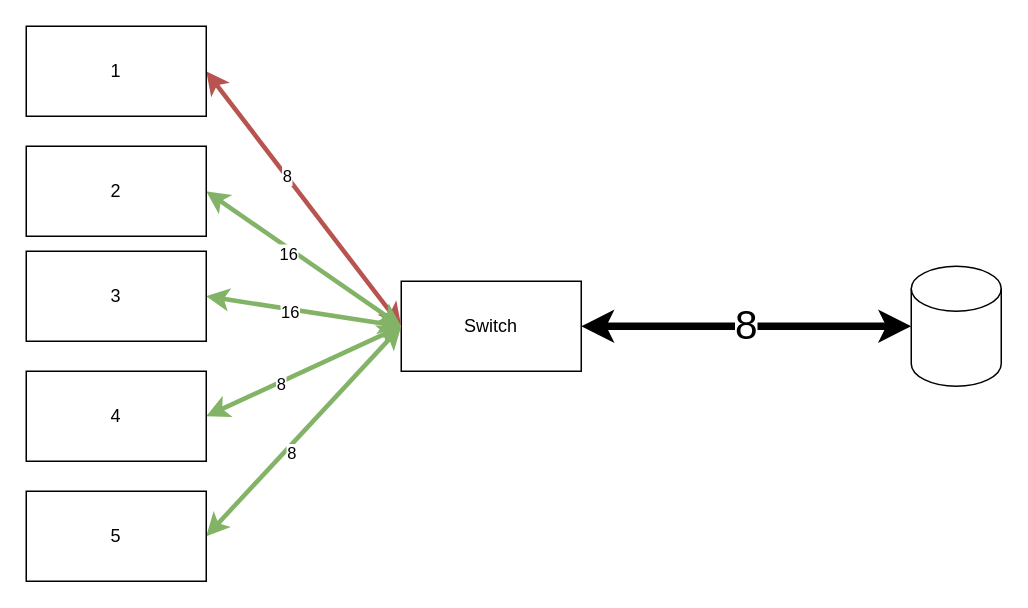
Earlier version of the draw.io diagram Untitled Diagram.drawio (elonden/Drawings). Source tidied: cells renumbered, new cells numbered last; positions are measured from the earlier drawing's top-left corner, leaving out a move shared by most shapes. Both pictures are drawn from the tidied source at 150%, with x=0, y=0 at pixel (26, 26).
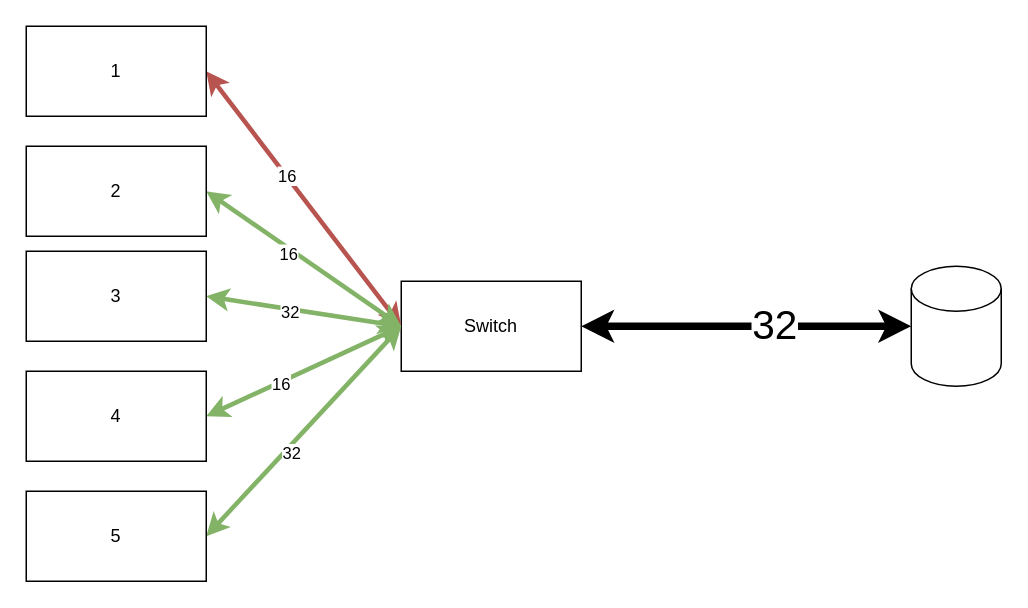
The same diagram, later.

Unchanged cells that the change refers to:
```xml
<mxCell id="3" value="Switch" style="rounded=0;whiteSpace=wrap;html=1;" parent="1" vertex="1">
  <mxGeometry x="250" y="170" width="120" height="60" as="geometry" />
</mxCell>
<mxCell id="4" style="edgeStyle=none;rounded=0;jettySize=auto;html=1;exitX=1;exitY=0.5;exitDx=0;exitDy=0;startArrow=classic;startFill=1;fillColor=#d5e8d4;strokeColor=#82b366;strokeWidth=3;" parent="1" edge="1" source="6">
  <mxGeometry relative="1" as="geometry">
    <mxPoint x="250" y="200" as="targetPoint" />
  </mxGeometry>
</mxCell>
<mxCell id="7" style="edgeStyle=none;rounded=0;jettySize=auto;html=1;exitX=1;exitY=0.5;exitDx=0;exitDy=0;startArrow=classic;startFill=1;fillColor=#f8cecc;strokeColor=#b85450;strokeWidth=3;" parent="1" edge="1" source="9">
  <mxGeometry relative="1" as="geometry">
    <mxPoint x="250" y="200" as="targetPoint" />
  </mxGeometry>
</mxCell>
<mxCell id="10" style="shape=cylinder3;whiteSpace=wrap;html=1;boundedLbl=1;backgroundOutline=1;size=15;" parent="1" vertex="1">
  <mxGeometry x="590" y="160" width="60" height="80" as="geometry" />
</mxCell>
<mxCell id="14" style="edgeStyle=none;rounded=0;jettySize=auto;html=1;exitX=1;exitY=0.5;exitDx=0;exitDy=0;startArrow=classic;startFill=1;fillColor=#d5e8d4;strokeColor=#82b366;strokeWidth=3;" parent="1" edge="1" source="16">
  <mxGeometry relative="1" as="geometry">
    <mxPoint x="250" y="200" as="targetPoint" />
  </mxGeometry>
</mxCell>
<mxCell id="17" style="edgeStyle=none;rounded=0;jettySize=auto;html=1;exitX=1;exitY=0.5;exitDx=0;exitDy=0;startArrow=classic;startFill=1;fillColor=#d5e8d4;strokeColor=#82b366;strokeWidth=3;" parent="1" edge="1" source="19">
  <mxGeometry relative="1" as="geometry">
    <mxPoint x="250" y="200" as="targetPoint" />
  </mxGeometry>
</mxCell>
```

What changed in the source:
```diff
@@
-    <mxCell id="2" value="8" style="edgeStyle=none;rounded=0;jettySize=auto;html=1;exitX=1;exitY=0.5;exitDx=0;exitDy=0;entryX=0;entryY=0.5;entryDx=0;entryDy=0;entryPerimeter=0;startArrow=classic;startFill=1;strokeWidth=5;spacing=3;fontSize=27;" parent="1" edge="1" source="3" target="10">
-      <mxGeometry relative="1" as="geometry">
-        <Array as="points">
-          <mxPoint x="480" y="200" />
-        </Array>
-      </mxGeometry>
-    </mxCell>
@@
-    <mxCell id="5" value="8" style="edgeLabel;html=1;align=center;verticalAlign=middle;" parent="4" vertex="1">
+    <mxCell id="5" value="32" style="edgeLabel;html=1;align=center;verticalAlign=middle;" parent="4" vertex="1">
       <mxGeometry x="-0.18" y="-4" relative="1" as="geometry">
         <mxPoint y="-1" as="offset" />
       </mxGeometry>
     </mxCell>
@@
-    <mxCell id="8" value="8" style="edgeLabel;html=1;align=center;verticalAlign=middle;" parent="7" vertex="1">
+    <mxCell id="8" value="16" style="edgeLabel;html=1;align=center;verticalAlign=middle;" parent="7" vertex="1">
       <mxGeometry x="-0.19" y="-1" relative="1" as="geometry">
         <mxPoint x="1" as="offset" />
       </mxGeometry>
     </mxCell>
@@
-    <mxCell id="15" value="16" style="edgeLabel;html=1;align=center;verticalAlign=middle;" parent="14" vertex="1">
+    <mxCell id="15" value="32" style="edgeLabel;html=1;align=center;verticalAlign=middle;" parent="14" vertex="1">
       <mxGeometry x="-0.15" y="-2" relative="1" as="geometry" />
     </mxCell>
@@
-    <mxCell id="18" value="8" style="edgeLabel;html=1;align=center;verticalAlign=middle;" parent="17" vertex="1">
+    <mxCell id="18" value="16" style="edgeLabel;html=1;align=center;verticalAlign=middle;" parent="17" vertex="1">
       <mxGeometry x="-0.25" y="-1" relative="1" as="geometry" />
     </mxCell>
@@
+    <mxCell id="2" style="endArrow=classic;startArrow=classic;html=1;strokeWidth=5;fontSize=27;entryX=0;entryY=0.5;entryDx=0;entryDy=0;entryPerimeter=0;spacing=19;" parent="1" edge="1" source="3" target="10">
+      <mxGeometry relative="1" as="geometry" />
+    </mxCell>
+    <mxCell id="20" value="32" style="edgeLabel;html=1;align=center;verticalAlign=middle;fontSize=27;" parent="2" vertex="1">
+      <mxGeometry x="0.16" y="1" relative="1" as="geometry" />
+    </mxCell>
```
